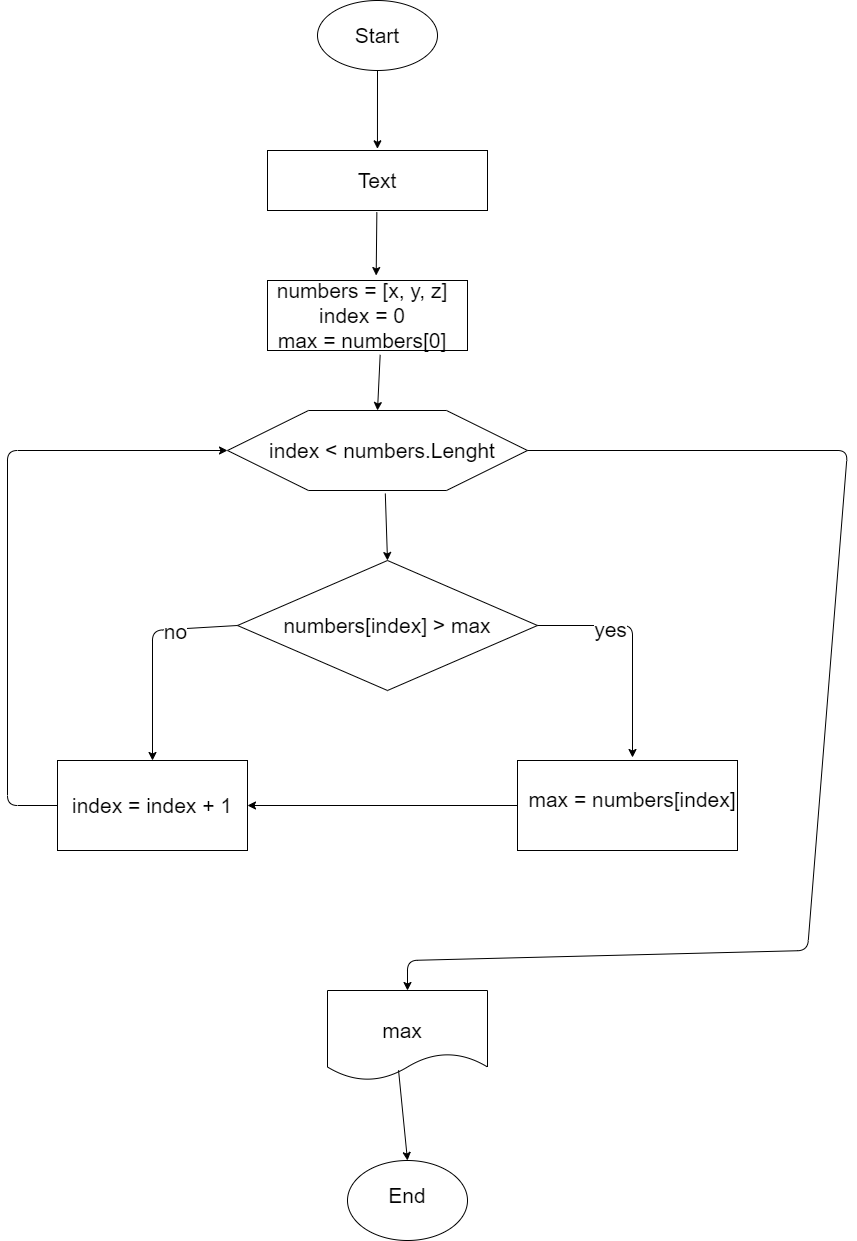
Above: ex002/ex002.drawio.png in valentina-bartko/HomeworkC0807 (draw.io), before the change. Source tidied: cells renumbered, new cells last; positions are measured from the earlier drawing's top-left corner, leaving out a move shared by most shapes.
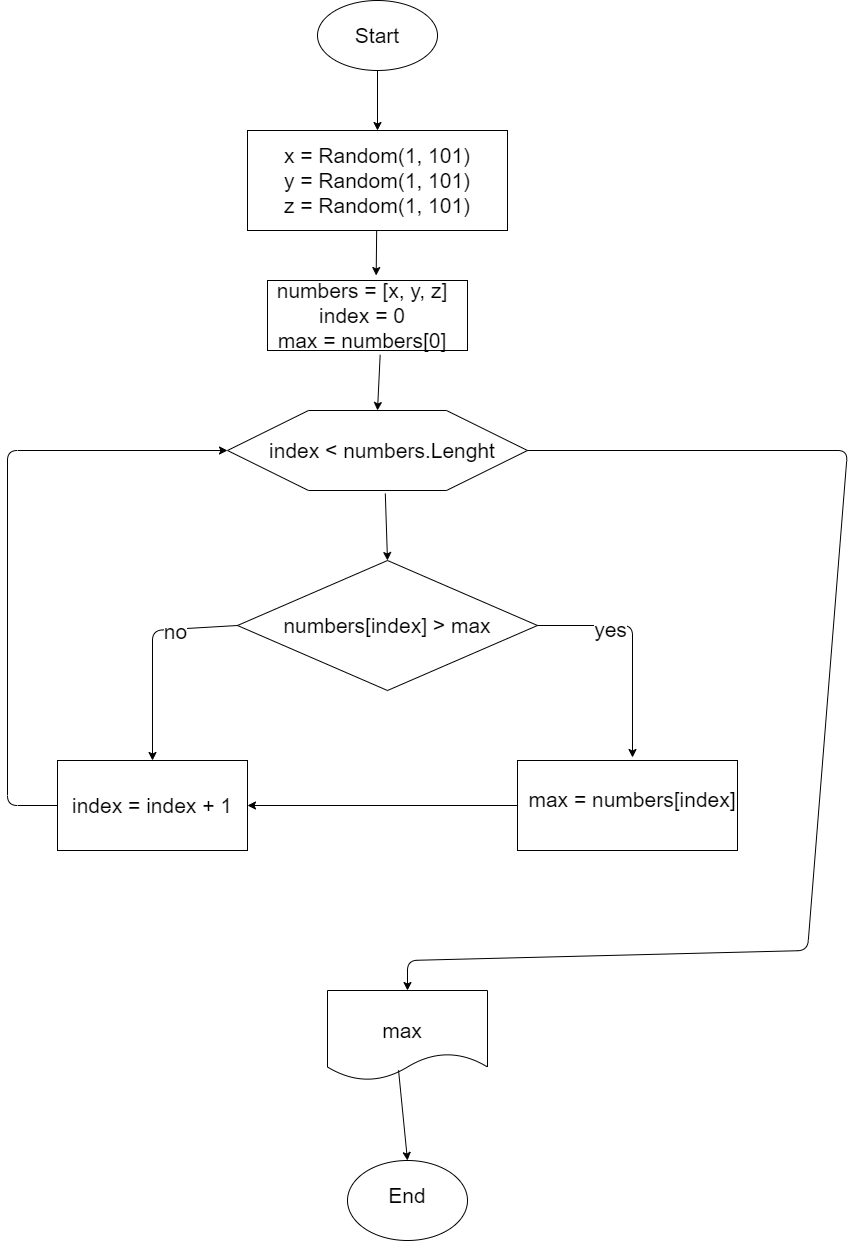
The same file after the commit.

Commit message:
Again changed the second block diagram

The edit, as a diff of the source:
```diff
@@ -8,10 +8,8 @@
     <mxCell id="3" value="Start" style="text;html=1;strokeColor=none;fillColor=none;align=center;verticalAlign=middle;whiteSpace=wrap;rounded=0;fontSize=21;" parent="1" vertex="1">
       <mxGeometry x="330" y="15" width="80" height="40" as="geometry" />
     </mxCell>
-    <mxCell id="4" style="endArrow=classic;html=1;fontSize=21;exitX=0.5;exitY=1;exitDx=0;exitDy=0;entryX=0.583;entryY=-0.028;entryDx=0;entryDy=0;entryPerimeter=0;" parent="1" edge="1" source="2">
-      <mxGeometry relative="1" as="geometry">
-        <mxPoint x="370" y="148.3" as="targetPoint" />
-      </mxGeometry>
+    <mxCell id="4" style="endArrow=classic;html=1;fontSize=21;exitX=0.5;exitY=1;exitDx=0;exitDy=0;entryX=0.5;entryY=0;entryDx=0;entryDy=0;" parent="1" edge="1" source="2" target="30">
+      <mxGeometry relative="1" as="geometry" />
     </mxCell>
     <mxCell id="5" style="rounded=0;whiteSpace=wrap;html=1;fontSize=21;" parent="1" vertex="1">
       <mxGeometry x="260" y="280" width="200" height="70" as="geometry" />
@@ -111,11 +109,8 @@
     <mxCell id="29" style="endArrow=classic;html=1;fontSize=21;exitX=0.444;exitY=0.886;exitDx=0;exitDy=0;exitPerimeter=0;entryX=0.5;entryY=0;entryDx=0;entryDy=0;" parent="1" edge="1" source="24" target="27">
       <mxGeometry relative="1" as="geometry" />
     </mxCell>
-    <mxCell id="30" style="rounded=0;whiteSpace=wrap;html=1;fontSize=21;" parent="1" vertex="1">
-      <mxGeometry x="260" y="150" width="220" height="60" as="geometry" />
+    <mxCell id="30" value="x = Random(1, 101)&lt;br&gt;y = Random(1, 101)&lt;br&gt;z = Random(1, 101)" style="rounded=0;whiteSpace=wrap;html=1;fontSize=21;" parent="1" vertex="1">
+      <mxGeometry x="240" y="130" width="260" height="100" as="geometry" />
     </mxCell>
-    <mxCell id="31" value="Text" style="text;html=1;strokeColor=none;fillColor=none;align=center;verticalAlign=middle;whiteSpace=wrap;rounded=0;fontSize=21;" parent="1" vertex="1">
-      <mxGeometry x="260" y="150" width="220" height="60" as="geometry" />
-    </mxCell>
   </root>
 </mxGraphModel>
```
